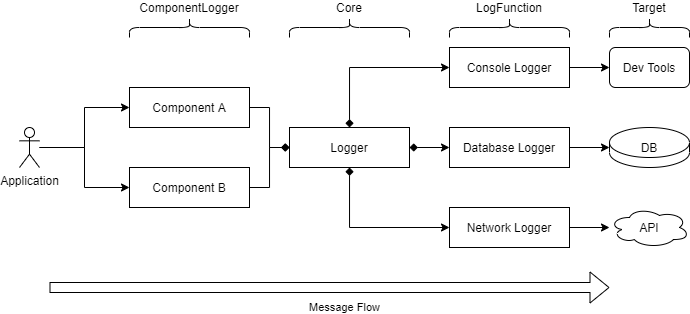
fliegwerk/logsemts keeps this draw.io diagram as assets/drawio/concept-overview.png. Above is the earlier version. Source tidied: cells renumbered, new cells last; positions are measured from the earlier drawing's top-left corner, leaving out a move shared by most shapes.
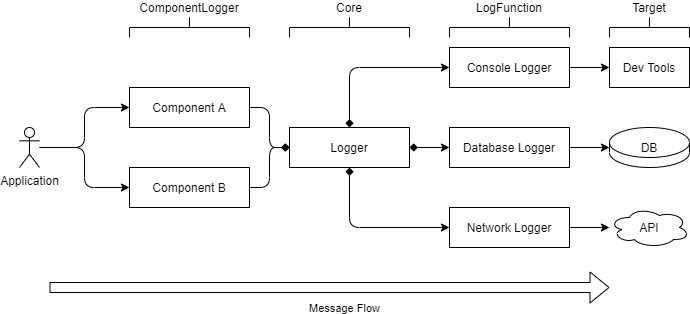
Later version of the same file.

Change to the diagram source:
```diff
@@ -2,61 +2,61 @@
   <root>
     <mxCell id="0" />
     <mxCell id="1" parent="0" />
-    <mxCell id="2" style="edgeStyle=orthogonalEdgeStyle;rounded=0;jettySize=auto;html=1;endArrow=diamond;endFill=1;" parent="1" edge="1" source="3" target="4">
+    <mxCell id="2" style="edgeStyle=orthogonalEdgeStyle;jettySize=auto;html=1;endArrow=diamond;endFill=1;" parent="1" edge="1" source="3" target="4">
       <mxGeometry relative="1" as="geometry" />
     </mxCell>
-    <mxCell id="3" value="Component A" style="rounded=0;whiteSpace=wrap;html=1;" parent="1" vertex="1">
+    <mxCell id="3" value="Component A" style="whiteSpace=wrap;html=1;" parent="1" vertex="1">
       <mxGeometry x="110" y="120" width="120" height="40" as="geometry" />
     </mxCell>
-    <mxCell id="4" value="Logger" style="rounded=0;whiteSpace=wrap;html=1;" parent="1" vertex="1">
+    <mxCell id="4" value="Logger" style="whiteSpace=wrap;html=1;" parent="1" vertex="1">
       <mxGeometry x="270" y="160" width="120" height="40" as="geometry" />
     </mxCell>
-    <mxCell id="5" style="edgeStyle=orthogonalEdgeStyle;rounded=0;jettySize=auto;html=1;endArrow=diamond;endFill=1;startArrow=classic;startFill=1;" parent="1" edge="1" source="7" target="4">
+    <mxCell id="5" style="edgeStyle=orthogonalEdgeStyle;jettySize=auto;html=1;endArrow=diamond;endFill=1;startArrow=classic;startFill=1;" parent="1" edge="1" source="7" target="4">
       <mxGeometry relative="1" as="geometry" />
     </mxCell>
-    <mxCell id="6" style="edgeStyle=orthogonalEdgeStyle;rounded=0;jettySize=auto;html=1;startArrow=none;startFill=0;endArrow=classic;endFill=1;" parent="1" edge="1" source="7" target="24">
+    <mxCell id="6" style="edgeStyle=orthogonalEdgeStyle;jettySize=auto;html=1;startArrow=none;startFill=0;endArrow=classic;endFill=1;" parent="1" edge="1" source="7" target="24">
       <mxGeometry relative="1" as="geometry" />
     </mxCell>
-    <mxCell id="7" value="Console Logger" style="rounded=0;whiteSpace=wrap;html=1;" parent="1" vertex="1">
+    <mxCell id="7" value="Console Logger" style="whiteSpace=wrap;html=1;" parent="1" vertex="1">
       <mxGeometry x="430" y="80" width="120" height="40" as="geometry" />
     </mxCell>
-    <mxCell id="8" style="edgeStyle=orthogonalEdgeStyle;rounded=0;jettySize=auto;html=1;endArrow=diamond;endFill=1;startArrow=classic;startFill=1;" parent="1" edge="1" source="10" target="4">
+    <mxCell id="8" style="edgeStyle=orthogonalEdgeStyle;jettySize=auto;html=1;endArrow=diamond;endFill=1;startArrow=classic;startFill=1;" parent="1" edge="1" source="10" target="4">
       <mxGeometry relative="1" as="geometry" />
     </mxCell>
-    <mxCell id="9" style="edgeStyle=orthogonalEdgeStyle;rounded=0;jettySize=auto;html=1;startArrow=none;startFill=0;endArrow=classic;endFill=1;" parent="1" edge="1" source="10" target="23">
+    <mxCell id="9" style="edgeStyle=orthogonalEdgeStyle;jettySize=auto;html=1;startArrow=none;startFill=0;endArrow=classic;endFill=1;" parent="1" edge="1" source="10" target="23">
       <mxGeometry relative="1" as="geometry" />
     </mxCell>
-    <mxCell id="10" value="Database Logger" style="rounded=0;whiteSpace=wrap;html=1;" parent="1" vertex="1">
+    <mxCell id="10" value="Database Logger" style="whiteSpace=wrap;html=1;" parent="1" vertex="1">
       <mxGeometry x="430" y="160" width="120" height="40" as="geometry" />
     </mxCell>
-    <mxCell id="11" style="edgeStyle=orthogonalEdgeStyle;rounded=0;jettySize=auto;html=1;endArrow=diamond;endFill=1;startArrow=classic;startFill=1;" parent="1" edge="1" source="13" target="4">
+    <mxCell id="11" style="edgeStyle=orthogonalEdgeStyle;jettySize=auto;html=1;endArrow=diamond;endFill=1;startArrow=classic;startFill=1;" parent="1" edge="1" source="13" target="4">
       <mxGeometry relative="1" as="geometry" />
     </mxCell>
-    <mxCell id="12" style="edgeStyle=orthogonalEdgeStyle;rounded=0;jettySize=auto;html=1;startArrow=none;startFill=0;endArrow=classic;endFill=1;" parent="1" edge="1" source="13" target="22">
+    <mxCell id="12" style="edgeStyle=orthogonalEdgeStyle;jettySize=auto;html=1;startArrow=none;startFill=0;endArrow=classic;endFill=1;" parent="1" edge="1" source="13" target="22">
       <mxGeometry relative="1" as="geometry" />
     </mxCell>
-    <mxCell id="13" value="Network Logger" style="rounded=0;whiteSpace=wrap;html=1;" parent="1" vertex="1">
+    <mxCell id="13" value="Network Logger" style="whiteSpace=wrap;html=1;" parent="1" vertex="1">
       <mxGeometry x="430" y="240" width="120" height="40" as="geometry" />
     </mxCell>
-    <mxCell id="14" value="Core" style="shape=curlyBracket;whiteSpace=wrap;html=1;rounded=1;rotation=90;size=0.5;verticalAlign=middle;spacingTop=0;horizontal=0;spacingBottom=40;" parent="1" vertex="1">
+    <mxCell id="14" value="Core" style="shape=curlyBracket;whiteSpace=wrap;html=1;rotation=90;size=0.5;verticalAlign=middle;spacingTop=0;horizontal=0;spacingBottom=40;" parent="1" vertex="1">
       <mxGeometry x="320" width="20" height="120" as="geometry" />
     </mxCell>
-    <mxCell id="15" value="LogFunction" style="shape=curlyBracket;whiteSpace=wrap;html=1;rounded=1;rotation=90;size=0.5;verticalAlign=middle;spacingTop=0;horizontal=0;spacingBottom=40;" parent="1" vertex="1">
+    <mxCell id="15" value="LogFunction" style="shape=curlyBracket;whiteSpace=wrap;html=1;rotation=90;size=0.5;verticalAlign=middle;spacingTop=0;horizontal=0;spacingBottom=40;" parent="1" vertex="1">
       <mxGeometry x="480" width="20" height="120" as="geometry" />
     </mxCell>
-    <mxCell id="16" value="ComponentLogger" style="shape=curlyBracket;whiteSpace=wrap;html=1;rounded=1;rotation=90;size=0.5;verticalAlign=middle;spacingTop=0;horizontal=0;spacingBottom=40;" parent="1" vertex="1">
+    <mxCell id="16" value="ComponentLogger" style="shape=curlyBracket;whiteSpace=wrap;html=1;rotation=90;size=0.5;verticalAlign=middle;spacingTop=0;horizontal=0;spacingBottom=40;" parent="1" vertex="1">
       <mxGeometry x="160" width="20" height="120" as="geometry" />
     </mxCell>
-    <mxCell id="17" style="edgeStyle=orthogonalEdgeStyle;rounded=0;jettySize=auto;html=1;endArrow=diamond;endFill=1;" parent="1" edge="1" source="18" target="4">
+    <mxCell id="17" style="edgeStyle=orthogonalEdgeStyle;jettySize=auto;html=1;endArrow=diamond;endFill=1;" parent="1" edge="1" source="18" target="4">
       <mxGeometry relative="1" as="geometry" />
     </mxCell>
-    <mxCell id="18" value="Component B" style="rounded=0;whiteSpace=wrap;html=1;" parent="1" vertex="1">
+    <mxCell id="18" value="Component B" style="whiteSpace=wrap;html=1;" parent="1" vertex="1">
       <mxGeometry x="110" y="200" width="120" height="40" as="geometry" />
     </mxCell>
-    <mxCell id="19" style="edgeStyle=orthogonalEdgeStyle;rounded=0;jettySize=auto;html=1;endArrow=classic;endFill=1;" parent="1" edge="1" source="21" target="3">
+    <mxCell id="19" style="edgeStyle=orthogonalEdgeStyle;jettySize=auto;html=1;endArrow=classic;endFill=1;" parent="1" edge="1" source="21" target="3">
       <mxGeometry relative="1" as="geometry" />
     </mxCell>
-    <mxCell id="20" style="edgeStyle=orthogonalEdgeStyle;rounded=0;jettySize=auto;html=1;endArrow=classic;endFill=1;" parent="1" edge="1" source="21" target="18">
+    <mxCell id="20" style="edgeStyle=orthogonalEdgeStyle;jettySize=auto;html=1;endArrow=classic;endFill=1;" parent="1" edge="1" source="21" target="18">
       <mxGeometry relative="1" as="geometry" />
     </mxCell>
     <mxCell id="21" value="Application" style="shape=umlActor;verticalLabelPosition=bottom;verticalAlign=top;html=1;outlineConnect=0;" parent="1" vertex="1">
@@ -68,10 +68,10 @@
     <mxCell id="23" value="DB" style="shape=cylinder2;whiteSpace=wrap;html=1;boundedLbl=1;backgroundOutline=1;size=15;fillColor=none;" parent="1" vertex="1">
       <mxGeometry x="590" y="160" width="80" height="40" as="geometry" />
     </mxCell>
-    <mxCell id="24" value="Dev Tools" style="rounded=1;whiteSpace=wrap;html=1;fillColor=none;" parent="1" vertex="1">
+    <mxCell id="24" value="Dev Tools" style="whiteSpace=wrap;html=1;fillColor=none;" parent="1" vertex="1">
       <mxGeometry x="590" y="80" width="80" height="40" as="geometry" />
     </mxCell>
-    <mxCell id="25" value="Target" style="shape=curlyBracket;whiteSpace=wrap;html=1;rounded=1;rotation=90;size=0.5;verticalAlign=middle;spacingTop=0;horizontal=0;spacingBottom=40;" parent="1" vertex="1">
+    <mxCell id="25" value="Target" style="shape=curlyBracket;whiteSpace=wrap;html=1;rotation=90;size=0.5;verticalAlign=middle;spacingTop=0;horizontal=0;spacingBottom=40;" parent="1" vertex="1">
       <mxGeometry x="620" y="20" width="20" height="80" as="geometry" />
     </mxCell>
     <mxCell id="26" style="shape=flexArrow;endArrow=classic;html=1;" parent="1" edge="1">
```
